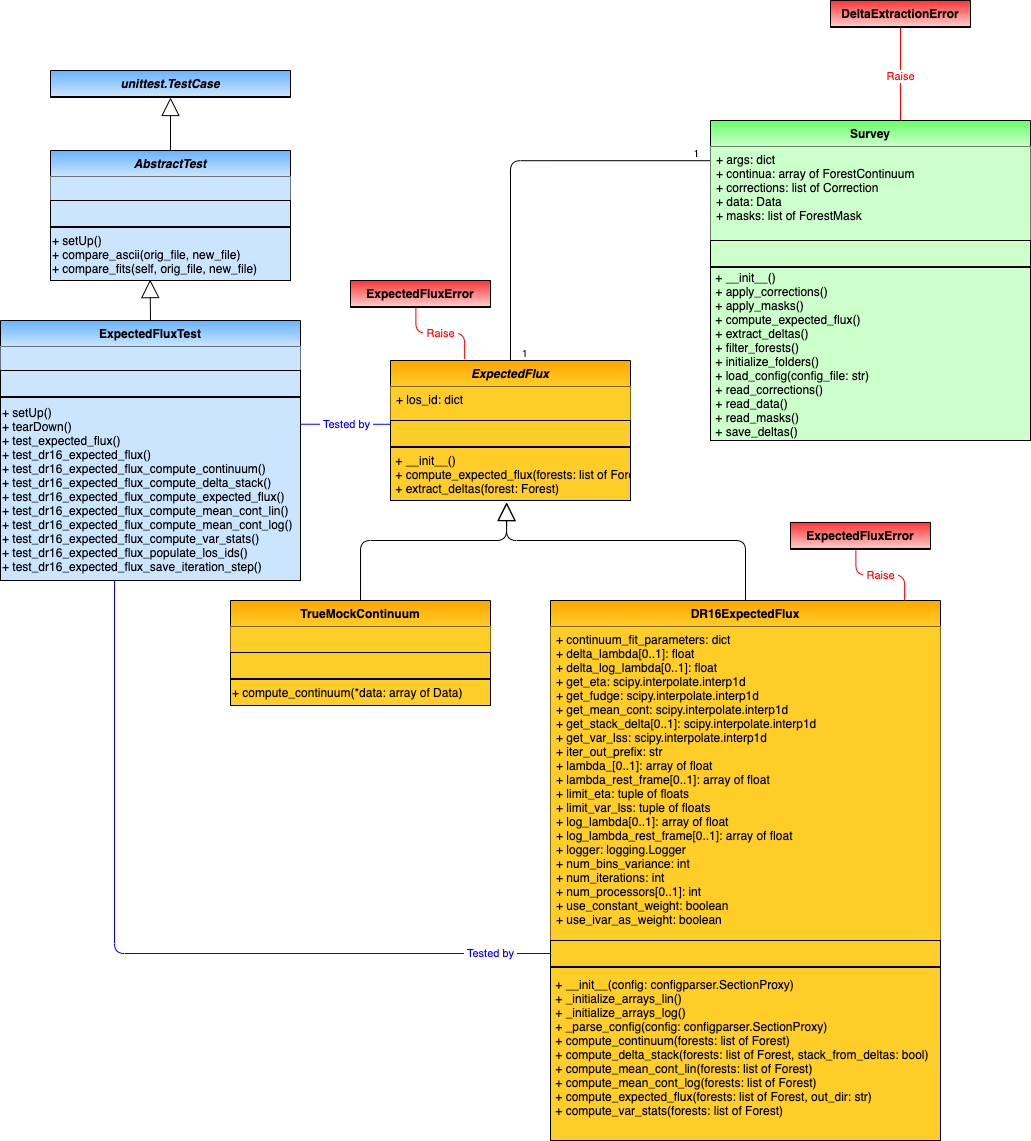
This is py/picca/delta_extraction/docs/data_model/data_model-ExpectedFlux.png from igmhub/picca, a draw.io export, as it was before one commit. Source tidied: cells renumbered, new cells last; positions are measured from the earlier drawing's top-left corner, leaving out a move shared by most shapes.
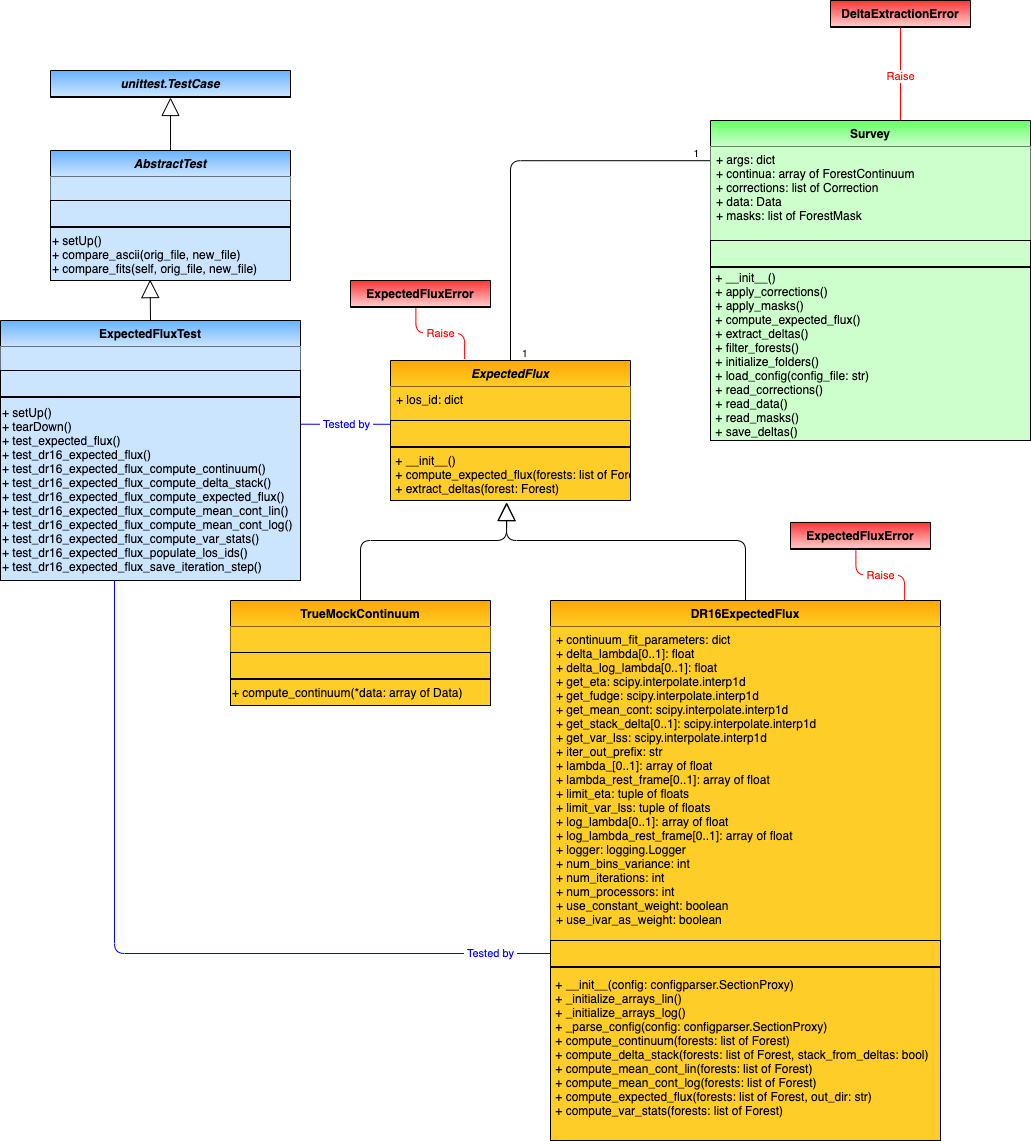
Later version of the same file.

Commit message:
added default for 'num processors'

Diff of the diagram source:
```diff
@@ -97,7 +97,7 @@
     <mxCell id="29" value="DR16ExpectedFlux" style="swimlane;fontStyle=1;horizontal=1;startSize=26;fillColor=#ffcd28;swimlaneFillColor=#ffffff;rounded=0;shadow=0;glass=0;comic=0;strokeColor=#000000;gradientColor=#ffa500;swimlaneLine=1;gradientDirection=north;" parent="1" vertex="1">
       <mxGeometry x="550" y="600" width="390" height="540" as="geometry" />
     </mxCell>
-    <mxCell id="30" value="+ continuum_fit_parameters: dict&#10;+ delta_lambda[0..1]: float&#10;+ delta_log_lambda[0..1]: float&#10;+ get_eta: scipy.interpolate.interp1d&#10;+ get_fudge: scipy.interpolate.interp1d&#10;+ get_mean_cont: scipy.interpolate.interp1d&#10;+ get_stack_delta[0..1]: scipy.interpolate.interp1d &#10;+ get_var_lss: scipy.interpolate.interp1d&#10;+ iter_out_prefix: str&#10;+ lambda_[0..1]: array of float&#10;+ lambda_rest_frame[0..1]: array of float&#10;+ limit_eta: tuple of floats&#10;+ limit_var_lss: tuple of floats&#10;+ log_lambda[0..1]: array of float&#10;+ log_lambda_rest_frame[0..1]: array of float&#10;+ logger: logging.Logger&#10;+ num_bins_variance: int&#10;+ num_iterations: int&#10;+ num_processors[0..1]: int&#10;+ use_constant_weight: boolean&#10;+ use_ivar_as_weight: boolean&#10;" style="text;strokeColor=none;fillColor=#ffcd28;align=left;verticalAlign=top;spacingLeft=4;spacingRight=4;overflow=hidden;gradientColor=none;" parent="29" vertex="1">
+    <mxCell id="30" value="+ continuum_fit_parameters: dict&#10;+ delta_lambda[0..1]: float&#10;+ delta_log_lambda[0..1]: float&#10;+ get_eta: scipy.interpolate.interp1d&#10;+ get_fudge: scipy.interpolate.interp1d&#10;+ get_mean_cont: scipy.interpolate.interp1d&#10;+ get_stack_delta[0..1]: scipy.interpolate.interp1d &#10;+ get_var_lss: scipy.interpolate.interp1d&#10;+ iter_out_prefix: str&#10;+ lambda_[0..1]: array of float&#10;+ lambda_rest_frame[0..1]: array of float&#10;+ limit_eta: tuple of floats&#10;+ limit_var_lss: tuple of floats&#10;+ log_lambda[0..1]: array of float&#10;+ log_lambda_rest_frame[0..1]: array of float&#10;+ logger: logging.Logger&#10;+ num_bins_variance: int&#10;+ num_iterations: int&#10;+ num_processors: int&#10;+ use_constant_weight: boolean&#10;+ use_ivar_as_weight: boolean&#10;" style="text;strokeColor=none;fillColor=#ffcd28;align=left;verticalAlign=top;spacingLeft=4;spacingRight=4;overflow=hidden;gradientColor=none;" parent="29" vertex="1">
       <mxGeometry y="26" width="390" height="314" as="geometry" />
     </mxCell>
     <mxCell id="31" style="text;strokeColor=#000000;fillColor=#ffcd28;align=left;verticalAlign=middle;overflow=hidden;points=[[0,0.5],[1,0.5]];portConstraint=eastwest;rounded=0;shadow=0;glass=0;comic=0;fontStyle=0;gradientColor=none;swimlaneFillColor=#ffffff;gradientDirection=north;startSize=26;" parent="29" vertex="1">
```
